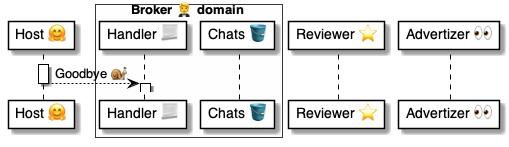
Earlier version of the PlantUML export 4 ⚙️ Solution/20 🧑‍🦰 UI/Brokers 🤵/🤵🅰️ Broker methods/Chats 💬 Goodbye 🤗🐌🤵/🤵 Goodbye ⚙️ uml.png (pollyweb-org/pollyweb-docs). Its source is kept beside it as 4 ⚙️ Solution/20 🧑‍🦰 UI/Brokers 🤵/🤵🅰️ Broker methods/Chats 💬 Goodbye 🤗🐌🤵/🤵 Goodbye ⚙️ uml.puml.
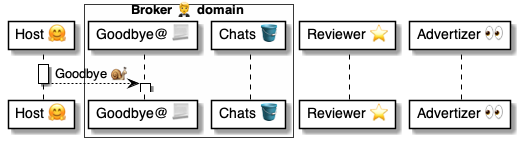
The same file after the commit.

Change to the diagram source:
```diff
@@ -3,7 +3,7 @@
 participant "Host 🤗" as host
 
 box Broker 🤵 domain #FFFFFA
-    participant "Handler 📃" as broker
+    participant "Goodbye@ 📃" as broker
     participant "Chats 🪣" as chats
 end box
 
```
